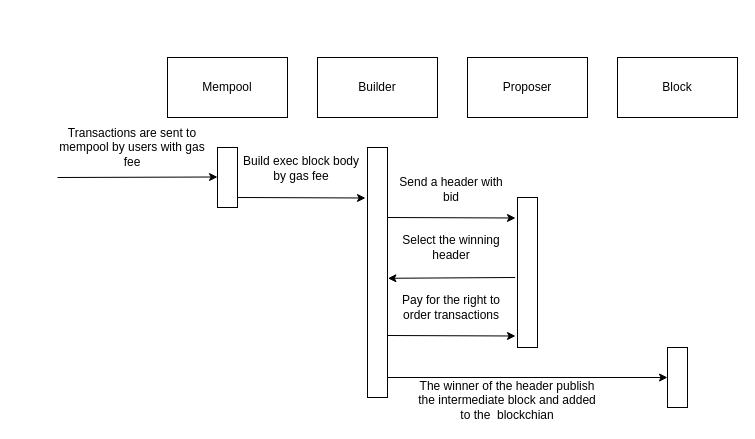
Earlier version of the draw.io diagram assets/agent workflow.drawio (xujiahuayz/mev-resist-consensus). Source tidied: cells renumbered, new cells numbered last; positions are measured from the earlier drawing's top-left corner, leaving out a move shared by most shapes. Both pictures are drawn from the tidied source at 100%, with x=0, y=0 at pixel (57, 57).
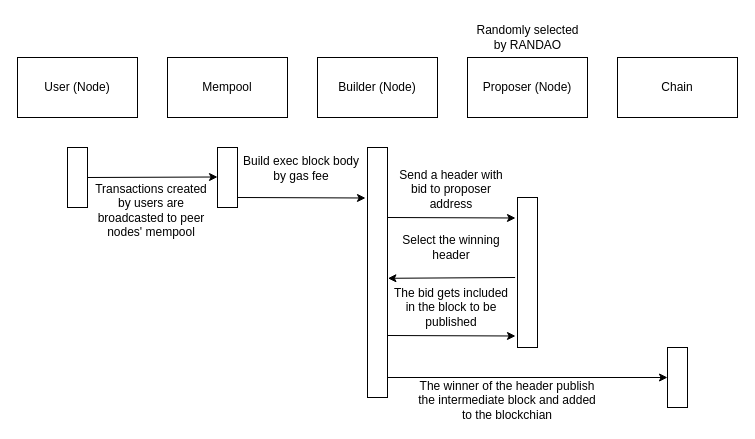
The same page after the edit.

Change to the diagram source:
```diff
@@
-    <mxCell id="3" value="Builder" style="rounded=0;whiteSpace=wrap;html=1;" parent="1" vertex="1">
+    <mxCell id="3" value="Builder&amp;nbsp;(Node)" style="rounded=0;whiteSpace=wrap;html=1;" parent="1" vertex="1">
       <mxGeometry x="260" width="120" height="60" as="geometry" />
     </mxCell>
-    <mxCell id="4" value="Proposer" style="rounded=0;whiteSpace=wrap;html=1;" parent="1" vertex="1">
+    <mxCell id="4" value="Proposer&amp;nbsp;(Node)" style="rounded=0;whiteSpace=wrap;html=1;" parent="1" vertex="1">
       <mxGeometry x="410" width="120" height="60" as="geometry" />
     </mxCell>
-    <mxCell id="5" style="endArrow=classic;html=1;rounded=0;" parent="1" edge="1">
+    <mxCell id="5" style="endArrow=classic;html=1;rounded=0;exitX=1;exitY=0.5;exitDx=0;exitDy=0;" parent="1" edge="1" source="23">
       <mxGeometry relative="1" as="geometry">
-        <mxPoint y="120" as="sourcePoint" />
         <mxPoint x="160" y="119.5" as="targetPoint" />
       </mxGeometry>
     </mxCell>
@@
-    <mxCell id="7" value="Transactions are sent to mempool by users with gas fee" style="rounded=0;whiteSpace=wrap;html=1;strokeColor=none;" parent="1" vertex="1">
-      <mxGeometry y="65" width="150" height="50" as="geometry" />
+    <mxCell id="7" value="Transactions created by users are broadcasted to peer nodes' mempool" style="rounded=0;whiteSpace=wrap;html=1;strokeColor=none;fillColor=none;" parent="1" vertex="1">
+      <mxGeometry x="34" y="128" width="120" height="50" as="geometry" />
     </mxCell>
@@
-    <mxCell id="10" value="Build exec block body by gas fee" style="rounded=0;whiteSpace=wrap;html=1;strokeColor=none;" parent="1" vertex="1">
+    <mxCell id="10" value="Build exec block body by gas fee" style="rounded=0;whiteSpace=wrap;html=1;strokeColor=none;fillColor=none;" parent="1" vertex="1">
       <mxGeometry x="184" y="91" width="120" height="40" as="geometry" />
     </mxCell>
-    <mxCell id="11" value="Send a header with bid" style="rounded=0;whiteSpace=wrap;html=1;strokeColor=none;" parent="1" vertex="1">
+    <mxCell id="11" value="Send a header with bid to proposer address" style="rounded=0;whiteSpace=wrap;html=1;strokeColor=none;fillColor=none;" parent="1" vertex="1">
       <mxGeometry x="334" y="112" width="120" height="40" as="geometry" />
     </mxCell>
@@
-    <mxCell id="15" value="Select the winning header" style="rounded=0;whiteSpace=wrap;html=1;strokeColor=none;" parent="1" vertex="1">
+    <mxCell id="15" value="Select the winning header" style="rounded=0;whiteSpace=wrap;html=1;strokeColor=none;fillColor=none;" parent="1" vertex="1">
       <mxGeometry x="334" y="170" width="120" height="40" as="geometry" />
     </mxCell>
@@
-    <mxCell id="17" value="Block" style="rounded=0;whiteSpace=wrap;html=1;" parent="1" vertex="1">
+    <mxCell id="17" value="Chain" style="rounded=0;whiteSpace=wrap;html=1;" parent="1" vertex="1">
       <mxGeometry x="560" width="120" height="60" as="geometry" />
     </mxCell>
@@
-    <mxCell id="19" value="The winner of the header publish the intermediate block and added to the&amp;nbsp; blockchian" style="rounded=0;whiteSpace=wrap;html=1;strokeColor=none;" parent="1" vertex="1">
+    <mxCell id="19" value="The winner of the header publish the intermediate block and added to the blockchian" style="rounded=0;whiteSpace=wrap;html=1;strokeColor=none;fillColor=none;" parent="1" vertex="1">
       <mxGeometry x="360" y="323" width="180" height="40" as="geometry" />
     </mxCell>
-    <mxCell id="20" value="Pay for the right to order transactions" style="rounded=0;whiteSpace=wrap;html=1;strokeColor=none;" parent="1" vertex="1">
+    <mxCell id="20" value="The bid gets included in the block to be published" style="rounded=0;whiteSpace=wrap;html=1;strokeColor=none;fillColor=none;" parent="1" vertex="1">
       <mxGeometry x="334" y="230" width="120" height="40" as="geometry" />
     </mxCell>
@@
+    <mxCell id="22" value="User (Node)" style="rounded=0;whiteSpace=wrap;html=1;" parent="1" vertex="1">
+      <mxGeometry x="-40" width="120" height="60" as="geometry" />
+    </mxCell>
+    <mxCell id="23" style="rounded=0;whiteSpace=wrap;html=1;" parent="1" vertex="1">
+      <mxGeometry x="10" y="90" width="20" height="60" as="geometry" />
+    </mxCell>
+    <mxCell id="24" value="Randomly selected&lt;br&gt;by RANDAO" style="text;html=1;align=center;verticalAlign=middle;strokeColor=none;fillColor=none;" parent="1" vertex="1">
+      <mxGeometry x="405" y="-40" width="130" height="40" as="geometry" />
+    </mxCell>
```
